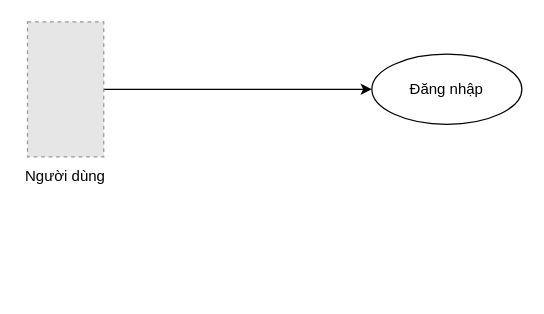
The draw.io diagram phac thao do an cuoi cung/use case dang nhap.drawio in frozenproof/dactaphanmem, before the edit. Source tidied: cells renumbered, new cells numbered last; positions are measured from the earlier drawing's top-left corner, leaving out a move shared by most shapes. Both pictures are drawn from the tidied source at 125%, with x=0, y=0 at pixel (21, 21). Pictures stored in the file or linked from it are replaced by grey dashed boxes.
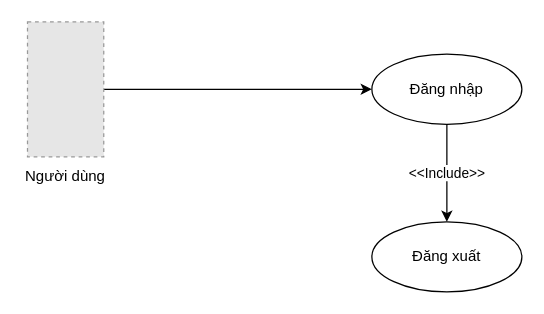
The same diagram, later.

Change to the diagram source:
```diff
@@
 <mxGraphModel>
   <root>
     <mxCell id="0" />
     <mxCell id="1" parent="0" />
     <mxCell id="2" value="Người dùng" style="text;html=1;align=center;verticalAlign=middle;whiteSpace=wrap;rounded=0;" parent="1" vertex="1">
       <mxGeometry y="113.9" width="70" height="20" as="geometry" />
     </mxCell>
     <mxCell id="3" style="edgeStyle=orthogonalEdgeStyle;rounded=0;jettySize=auto;html=1;entryX=0;entryY=0.5;entryDx=0;entryDy=0;" parent="1" edge="1" source="4" target="5">
       <mxGeometry relative="1" as="geometry" />
     </mxCell>
     <mxCell id="4" style="fillColor=#E6E6E6;strokeColor=#999999;dashed=1;verticalLabelPosition=bottom;labelBackgroundColor=default;verticalAlign=top;" parent="1" vertex="1">
       <mxGeometry x="4.5" width="61" height="107.9" as="geometry" />
     </mxCell>
     <mxCell id="5" value="Đăng nhập" style="ellipse;whiteSpace=wrap;html=1;" parent="1" vertex="1">
       <mxGeometry x="280" y="25.9" width="120" height="56" as="geometry" />
     </mxCell>
+    <mxCell id="6" value="Đăng xuất" style="ellipse;whiteSpace=wrap;html=1;" parent="1" vertex="1">
+      <mxGeometry x="280" y="160" width="120" height="56" as="geometry" />
+    </mxCell>
+    <mxCell id="7" value="&amp;lt;&amp;lt;Include&amp;gt;&amp;gt;" style="endArrow=classic;html=1;rounded=0;exitX=0.5;exitY=1;exitDx=0;exitDy=0;" parent="1" edge="1" source="5" target="6">
+      <mxGeometry relative="1" as="geometry" />
+    </mxCell>
   </root>
 </mxGraphModel>
```
